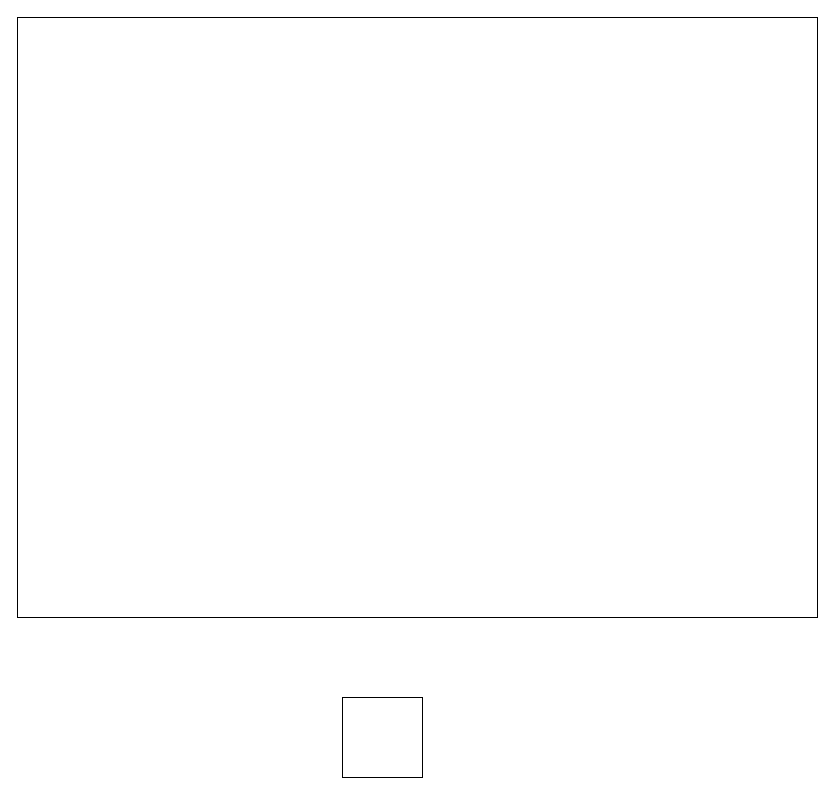
The draw.io diagram AAU-BSc-Software/Project-P6/resources/Frontend Sketch 1.drawio in Emilprivate/Esd.EDU, before the edit. Source tidied: cells renumbered, new cells numbered last; positions are measured from the earlier drawing's top-left corner, leaving out a move shared by most shapes. Both pictures are drawn from the tidied source at 100%, with x=0, y=0 at pixel (17, 17).
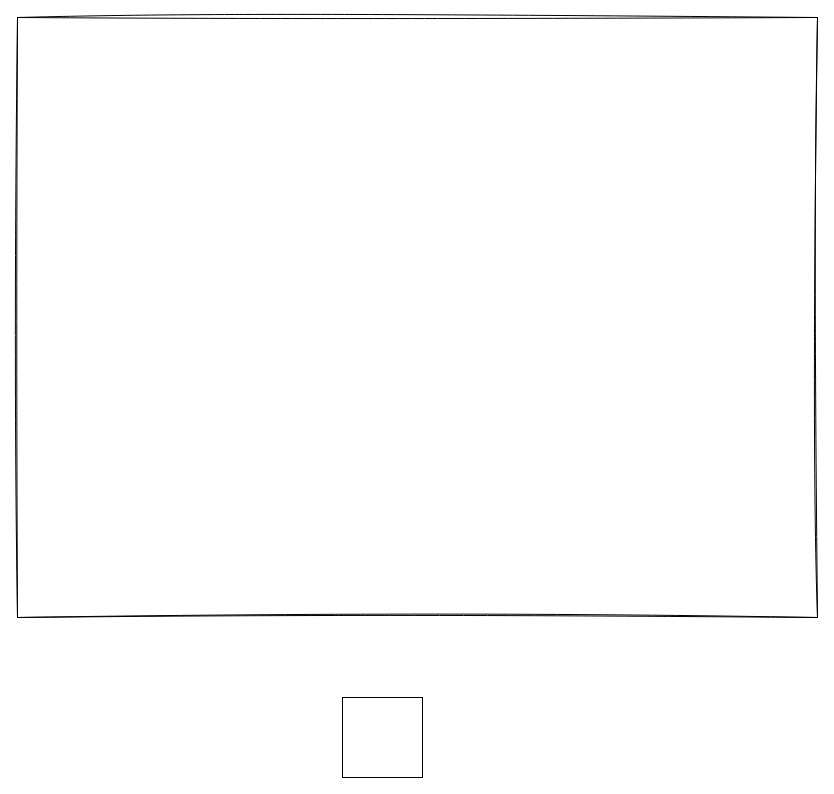
Above is the later version.

What changed in the source:
```diff
@@
 <mxGraphModel>
   <root>
     <mxCell id="0" />
     <mxCell id="1" parent="0" />
-    <mxCell id="2" style="rounded=0;whiteSpace=wrap;html=1;fillColor=none;" parent="1" vertex="1">
+    <mxCell id="2" style="rounded=0;whiteSpace=wrap;html=1;fillColor=none;sketch=1;curveFitting=1;jiggle=2;" parent="1" vertex="1">
       <mxGeometry width="800" height="600" as="geometry" />
     </mxCell>
     <mxCell id="3" style="whiteSpace=wrap;html=1;" parent="1" vertex="1">
       <mxGeometry x="325" y="680" width="80" height="80" as="geometry" />
     </mxCell>
   </root>
 </mxGraphModel>
```
